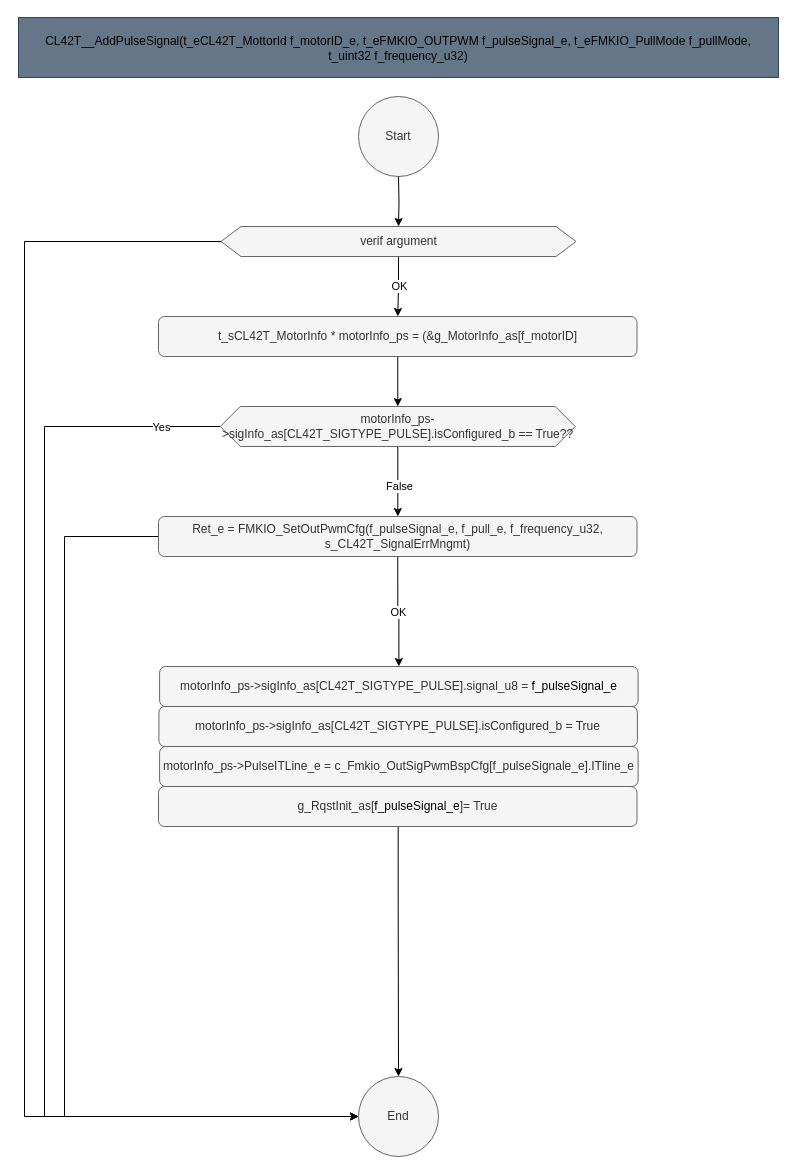
Earlier version of the draw.io diagram page "AddPulseSignal" (6 of 21) of src/2_DRV/Motor/CL42T/Doc/Design/CL42T_Architecture.drawio (mbarbeau0545/PickersRobotPOC). Source tidied: cells renumbered, new cells numbered last; positions are measured from the earlier drawing's top-left corner, leaving out a move shared by most shapes. Both pictures are drawn from the tidied source at 100%, with x=0, y=0 at pixel (18, 17).
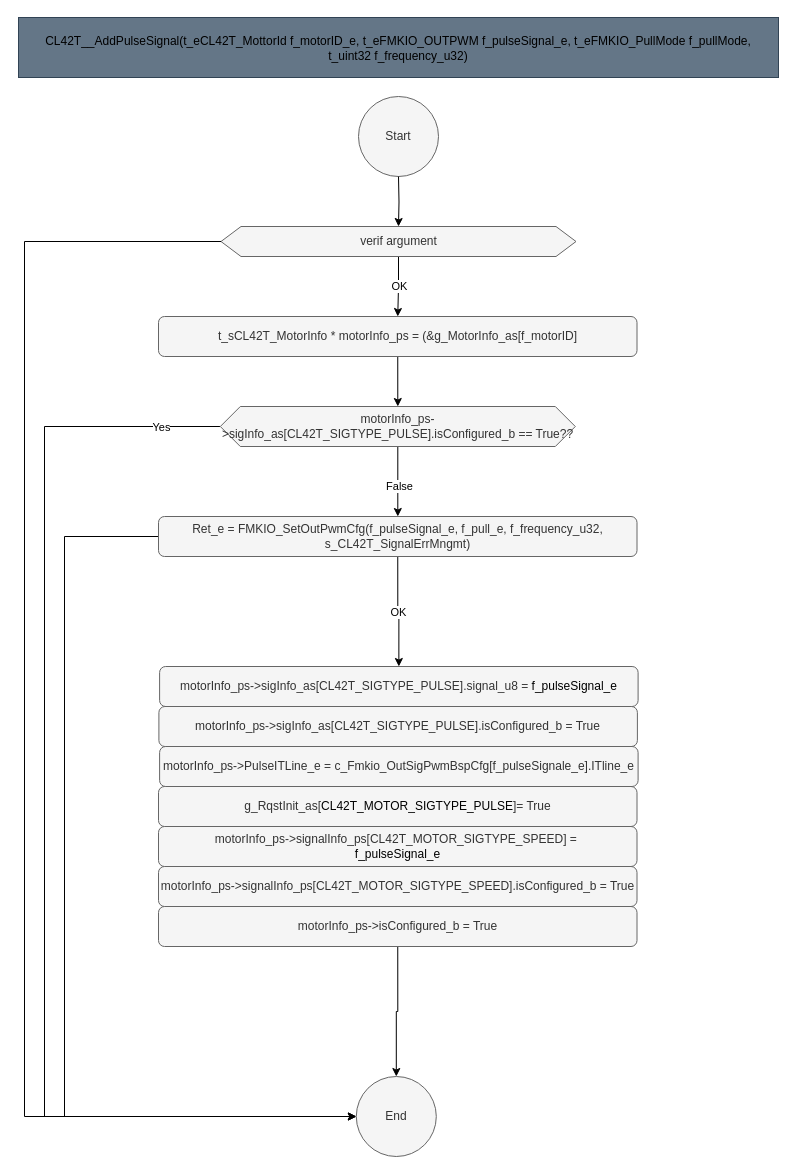
Above is the later version.

The change refers to these unchanged cells:
```xml
<mxCell id="24" value="motorInfo_ps-&amp;gt;sigInfo_as[CL42T_SIGTYPE_PULSE].isConfigured_b = True" style="rounded=1;whiteSpace=wrap;html=1;fillColor=#f5f5f5;fontColor=#333333;strokeColor=#666666;" parent="1" vertex="1">
  <mxGeometry x="140.4" y="689" width="478.5" height="40" as="geometry" />
</mxCell>
```

Change to the diagram source:
```diff
@@
     <mxCell id="16" value="End" style="ellipse;whiteSpace=wrap;html=1;fillColor=#f5f5f5;fontColor=#333333;strokeColor=#666666;" parent="1" vertex="1">
-      <mxGeometry x="340" y="1059" width="80" height="80" as="geometry" />
+      <mxGeometry x="337.8" y="1059" width="80" height="80" as="geometry" />
     </mxCell>
@@
-    <mxCell id="23" style="edgeStyle=orthogonalEdgeStyle;rounded=0;jettySize=auto;html=1;exitX=0.5;exitY=1;exitDx=0;exitDy=0;" parent="1" edge="1" source="24" target="16">
+    <mxCell id="23" style="edgeStyle=orthogonalEdgeStyle;rounded=0;jettySize=auto;html=1;exitX=0.5;exitY=1;exitDx=0;exitDy=0;" parent="1" edge="1" source="27" target="16">
       <mxGeometry relative="1" as="geometry" />
     </mxCell>
@@
-    <mxCell id="25" value="g_RqstInit_as[&lt;span style=&quot;color: rgb(0, 0, 0);&quot;&gt;f_pulseSignal_e&lt;/span&gt;]= True" style="rounded=1;whiteSpace=wrap;html=1;fillColor=#f5f5f5;fontColor=#333333;strokeColor=#666666;" parent="1" vertex="1">
+    <mxCell id="25" value="g_RqstInit_as[&lt;font color=&quot;#000000&quot;&gt;CL42T_MOTOR_SIGTYPE_PULSE&lt;/font&gt;]= True" style="rounded=1;whiteSpace=wrap;html=1;fillColor=#f5f5f5;fontColor=#333333;strokeColor=#666666;" parent="1" vertex="1">
       <mxGeometry x="140" y="769" width="478.5" height="40" as="geometry" />
     </mxCell>
@@
+    <mxCell id="27" value="motorInfo_ps-&amp;gt;isConfigured_b = True" style="rounded=1;whiteSpace=wrap;html=1;fillColor=#f5f5f5;fontColor=#333333;strokeColor=#666666;" parent="1" vertex="1">
+      <mxGeometry x="140" y="889" width="478.5" height="40" as="geometry" />
+    </mxCell>
+    <mxCell id="28" value="motorInfo_ps-&amp;gt;signalInfo_ps[CL42T_MOTOR_SIGTYPE_SPEED] =&amp;nbsp;&lt;br&gt;&lt;div&gt;&lt;span style=&quot;color: rgb(0, 0, 0);&quot;&gt;f_pulseSignal_e&lt;/span&gt;&lt;br&gt;&lt;/div&gt;" style="rounded=1;whiteSpace=wrap;html=1;fillColor=#f5f5f5;fontColor=#333333;strokeColor=#666666;" parent="1" vertex="1">
+      <mxGeometry x="140" y="809" width="478.5" height="40" as="geometry" />
+    </mxCell>
+    <mxCell id="29" value="motorInfo_ps-&amp;gt;signalInfo_ps[CL42T_MOTOR_SIGTYPE_SPEED].isConfigured_b = True" style="rounded=1;whiteSpace=wrap;html=1;fillColor=#f5f5f5;fontColor=#333333;strokeColor=#666666;" parent="1" vertex="1">
+      <mxGeometry x="140" y="849" width="478.5" height="40" as="geometry" />
+    </mxCell>
```
